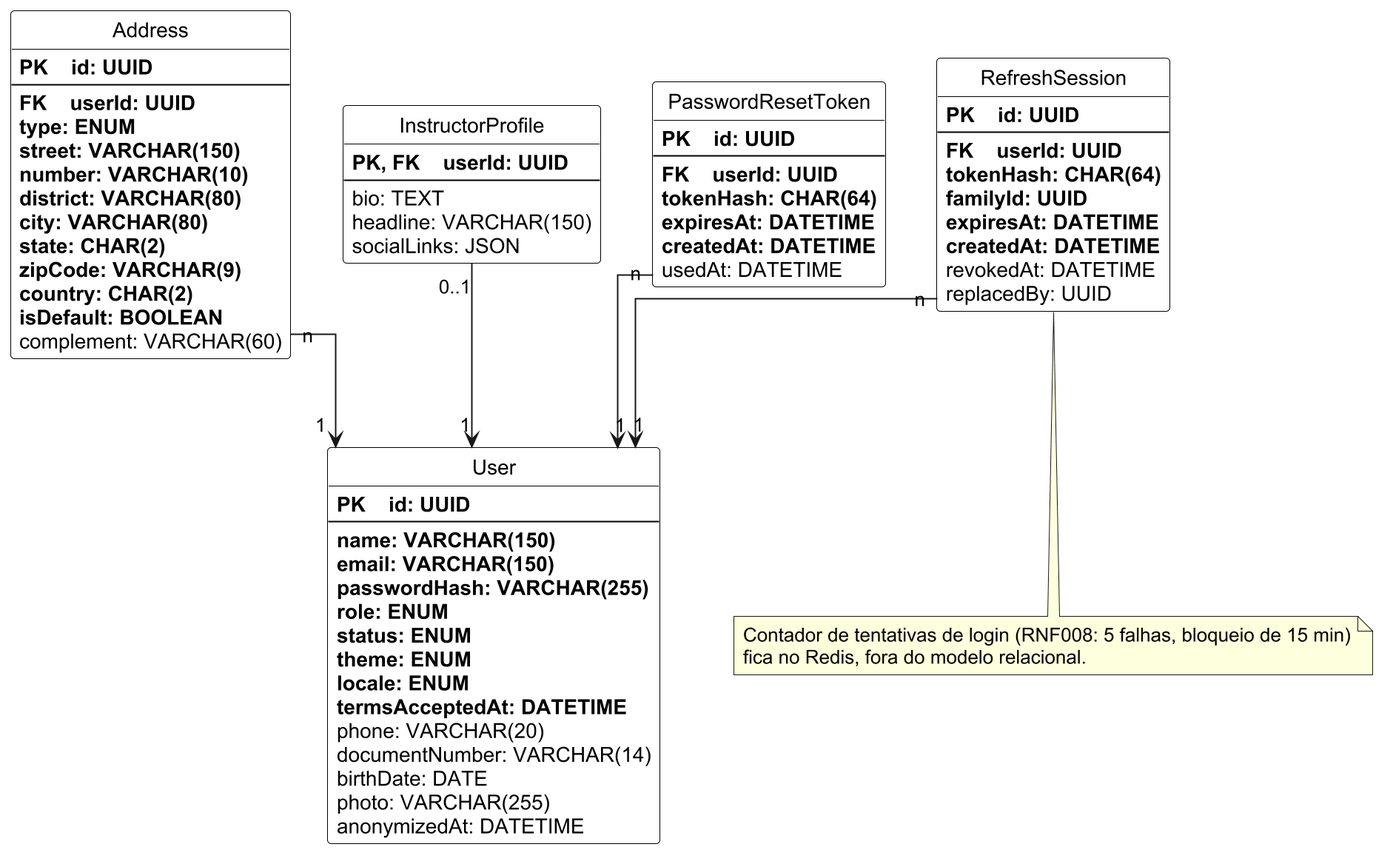
Above: especificacao/diagramas/12-modelo-de-dados-area-a.png in Plataforma-de-Cursos-TCC/plataforma-cursos-docs (PlantUML), before the change.
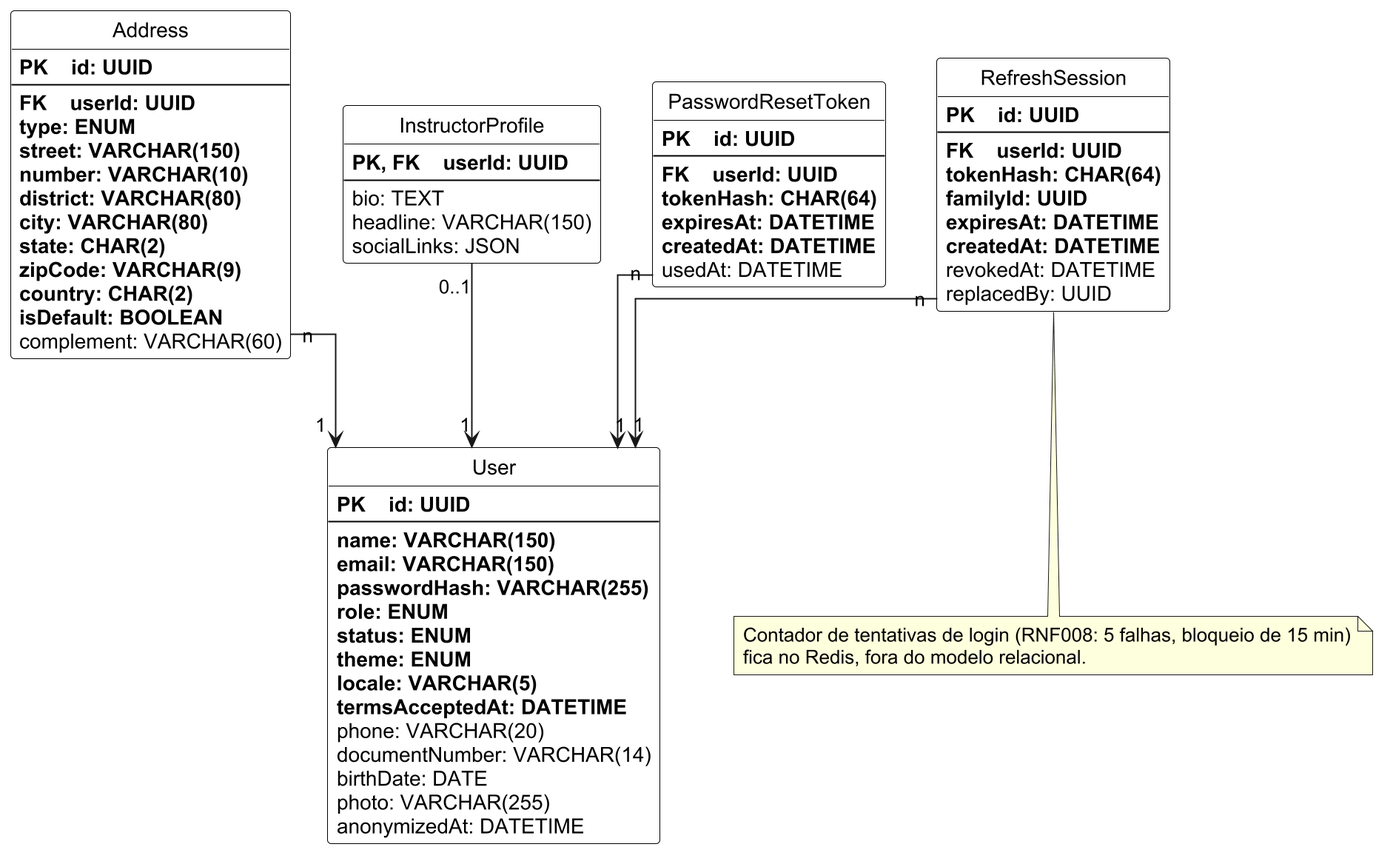
The same diagram one commit later.

Commit message:
docs(item-12): make User.locale a VARCHAR(5) validated against the active languages

Diff of the diagram source:
```diff
@@ -19,7 +19,7 @@
   <b>role: ENUM</b>
   <b>status: ENUM</b>
   <b>theme: ENUM</b>
-  <b>locale: ENUM</b>
+  <b>locale: VARCHAR(5)</b>
   <b>termsAcceptedAt: DATETIME</b>
   phone: VARCHAR(20)
   documentNumber: VARCHAR(14)
```
